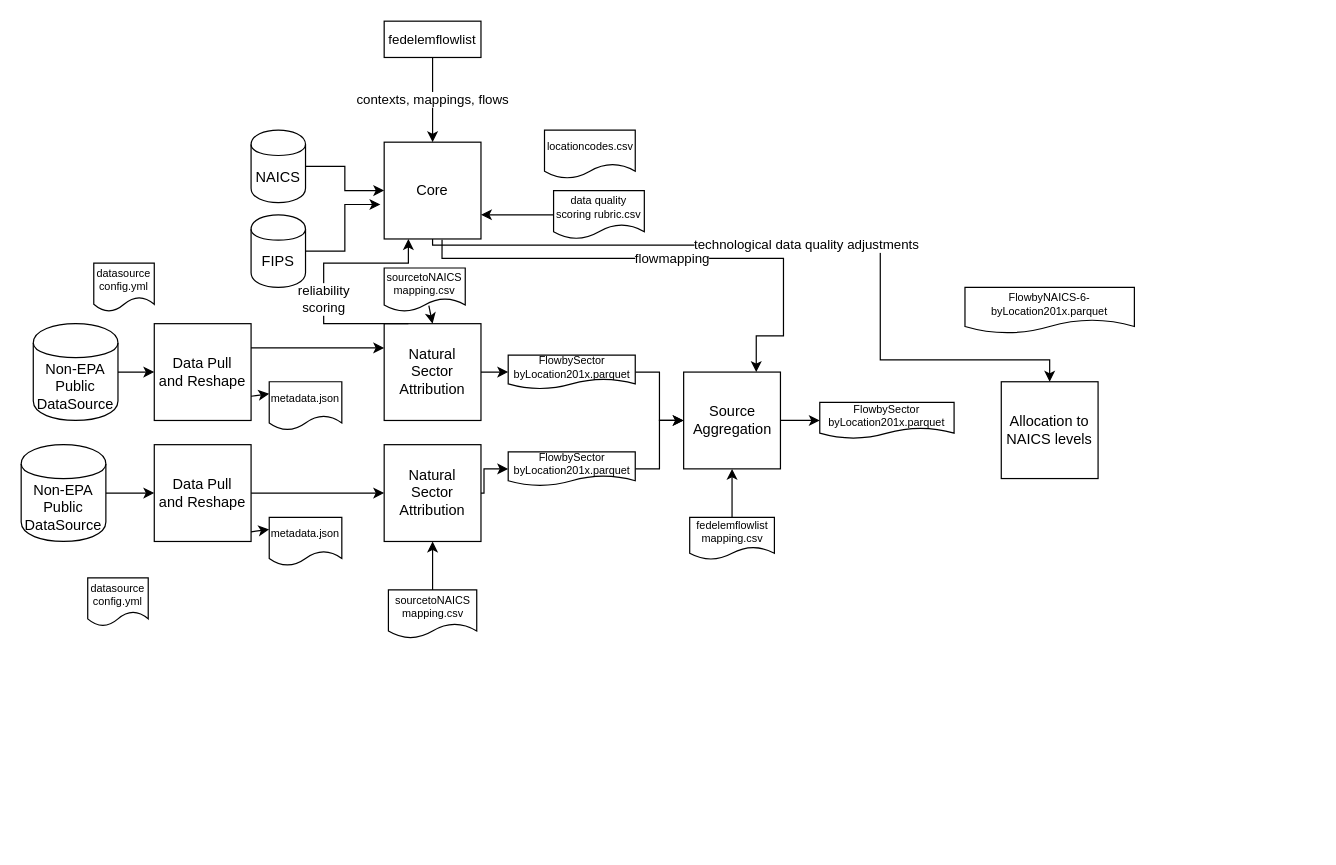
Earlier version of the draw.io diagram Untitled Diagram.drawio (WesIngwersen/FLOWSA_design). Source tidied: cells renumbered, new cells numbered last; positions are measured from the earlier drawing's top-left corner, leaving out a move shared by most shapes. Both pictures are drawn from the tidied source at 121%, with x=0, y=0 at pixel (21, 21).
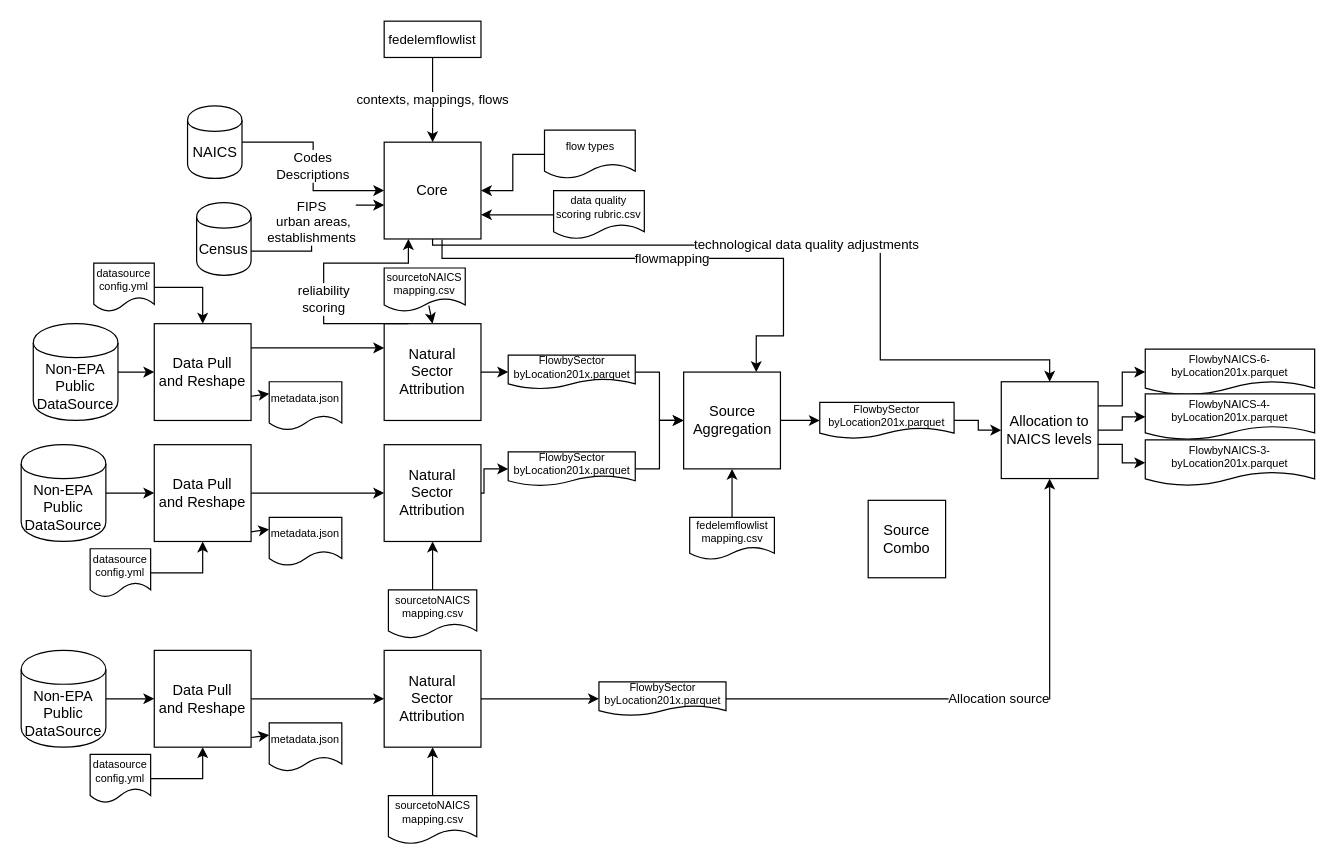
After the change.

Unchanged cells that the change refers to:
```xml
<mxCell id="4" value="Data Pull&lt;br&gt;and Reshape" style="whiteSpace=wrap;html=1;" parent="1" vertex="1">
  <mxGeometry x="110" y="250" width="80" height="80" as="geometry" />
</mxCell>
<mxCell id="11" value="datasource&lt;br&gt;config.yml" style="shape=document;whiteSpace=wrap;html=1;boundedLbl=1;fontSize=9;" parent="1" vertex="1">
  <mxGeometry x="60" y="200" width="50" height="40" as="geometry" />
</mxCell>
<mxCell id="12" value="FlowbySector&lt;br&gt;byLocation201x.parquet" style="shape=document;whiteSpace=wrap;html=1;boundedLbl=1;fontSize=9;" parent="1" vertex="1">
  <mxGeometry x="660" y="315" width="111" height="30" as="geometry" />
</mxCell>
<mxCell id="14" value="Core" style="whiteSpace=wrap;html=1;" parent="1" vertex="1">
  <mxGeometry x="300" y="100" width="80" height="80" as="geometry" />
</mxCell>
<mxCell id="25" value="Allocation to NAICS levels" style="whiteSpace=wrap;html=1;" parent="1" vertex="1">
  <mxGeometry x="810" y="298" width="80" height="80" as="geometry" />
</mxCell>
<mxCell id="30" value="Data Pull&lt;br&gt;and Reshape" style="whiteSpace=wrap;html=1;" parent="1" vertex="1">
  <mxGeometry x="110" y="350" width="80" height="80" as="geometry" />
</mxCell>
```

Change to the diagram source:
```diff
@@
+    <mxCell id="48" style="edgeStyle=orthogonalEdgeStyle;rounded=0;jettySize=auto;html=1;entryX=0.5;entryY=0;entryDx=0;entryDy=0;exitX=1;exitY=0.5;exitDx=0;exitDy=0;" parent="1" edge="1" source="11" target="4">
+      <mxGeometry relative="1" as="geometry" />
+    </mxCell>
@@
+    <mxCell id="49" style="edgeStyle=orthogonalEdgeStyle;rounded=0;jettySize=auto;html=1;" parent="1" edge="1" source="12" target="25">
+      <mxGeometry relative="1" as="geometry" />
+    </mxCell>
@@
-    <mxCell id="15" style="edgeStyle=orthogonalEdgeStyle;rounded=0;jettySize=auto;html=1;fontSize=11;" parent="1" edge="1" source="16" target="14">
+    <mxCell id="15" value="Codes&lt;br&gt;Descriptions" style="edgeStyle=orthogonalEdgeStyle;rounded=0;jettySize=auto;html=1;fontSize=11;" parent="1" edge="1" source="16" target="14">
       <mxGeometry relative="1" as="geometry" />
     </mxCell>
     <mxCell id="16" value="NAICS" style="shape=cylinder;whiteSpace=wrap;html=1;boundedLbl=1;backgroundOutline=1;" parent="1" vertex="1">
-      <mxGeometry x="190" y="90" width="45" height="60" as="geometry" />
+      <mxGeometry x="137.5" y="70" width="45" height="60" as="geometry" />
     </mxCell>
@@
+    <mxCell id="50" style="edgeStyle=orthogonalEdgeStyle;rounded=0;jettySize=auto;html=1;" parent="1" edge="1" source="20" target="14">
+      <mxGeometry relative="1" as="geometry" />
+    </mxCell>
-    <mxCell id="20" value="locationcodes.csv" style="shape=document;whiteSpace=wrap;html=1;boundedLbl=1;fontSize=9;" parent="1" vertex="1">
+    <mxCell id="20" value="flow types" style="shape=document;whiteSpace=wrap;html=1;boundedLbl=1;fontSize=9;" parent="1" vertex="1">
       <mxGeometry x="432.5" y="90" width="75" height="40" as="geometry" />
     </mxCell>
-    <mxCell id="21" style="edgeStyle=orthogonalEdgeStyle;rounded=0;jettySize=auto;html=1;fontSize=11;entryX=-0.039;entryY=0.644;entryDx=0;entryDy=0;entryPerimeter=0;" parent="1" edge="1" source="22" target="14">
-      <mxGeometry relative="1" as="geometry" />
+    <mxCell id="21" value="FIPS&lt;br&gt;&amp;nbsp;urban areas,&lt;br&gt;establishments" style="edgeStyle=orthogonalEdgeStyle;rounded=0;jettySize=auto;html=1;fontSize=11;" parent="1" edge="1" source="22">
+      <mxGeometry relative="1" as="geometry">
+        <mxPoint x="300" y="152" as="targetPoint" />
+        <Array as="points">
+          <mxPoint x="240" y="190" />
+          <mxPoint x="240" y="152" />
+        </Array>
+      </mxGeometry>
     </mxCell>
-    <mxCell id="22" value="FIPS" style="shape=cylinder;whiteSpace=wrap;html=1;boundedLbl=1;backgroundOutline=1;" parent="1" vertex="1">
-      <mxGeometry x="190" y="160" width="45" height="60" as="geometry" />
+    <mxCell id="22" value="Census" style="shape=cylinder;whiteSpace=wrap;html=1;boundedLbl=1;backgroundOutline=1;" parent="1" vertex="1">
+      <mxGeometry x="145" y="150" width="45" height="60" as="geometry" />
     </mxCell>
@@
+    <mxCell id="51" style="edgeStyle=orthogonalEdgeStyle;rounded=0;jettySize=auto;html=1;" parent="1" edge="1" source="25" target="54">
+      <mxGeometry relative="1" as="geometry" />
+    </mxCell>
@@
     <mxCell id="26" value="FlowbyNAICS-6-byLocation201x.parquet" style="shape=document;whiteSpace=wrap;html=1;boundedLbl=1;fontSize=9;" parent="1" vertex="1">
-      <mxGeometry x="780" y="220" width="140" height="38" as="geometry" />
+      <mxGeometry x="929" y="271" width="140" height="38" as="geometry" />
     </mxCell>
@@
+    <mxCell id="52" style="edgeStyle=orthogonalEdgeStyle;rounded=0;jettySize=auto;html=1;entryX=0.5;entryY=1;entryDx=0;entryDy=0;" parent="1" edge="1" source="45" target="30">
+      <mxGeometry relative="1" as="geometry" />
+    </mxCell>
     <mxCell id="45" value="datasource&lt;br&gt;config.yml" style="shape=document;whiteSpace=wrap;html=1;boundedLbl=1;fontSize=9;" parent="1" vertex="1">
-      <mxGeometry x="55" y="460" width="50" height="40" as="geometry" />
+      <mxGeometry x="57" y="436" width="50" height="40" as="geometry" />
     </mxCell>
@@
+    <mxCell id="53" value="FlowbyNAICS-3-byLocation201x.parquet" style="shape=document;whiteSpace=wrap;html=1;boundedLbl=1;fontSize=9;" parent="1" vertex="1">
+      <mxGeometry x="929" y="346" width="140" height="38" as="geometry" />
+    </mxCell>
+    <mxCell id="54" value="FlowbyNAICS-4-byLocation201x.parquet" style="shape=document;whiteSpace=wrap;html=1;boundedLbl=1;fontSize=9;" parent="1" vertex="1">
+      <mxGeometry x="929" y="308" width="140" height="38" as="geometry" />
+    </mxCell>
+    <mxCell id="55" style="edgeStyle=orthogonalEdgeStyle;rounded=0;jettySize=auto;html=1;exitX=0.997;exitY=0.647;exitDx=0;exitDy=0;exitPerimeter=0;entryX=0;entryY=0.5;entryDx=0;entryDy=0;" parent="1" edge="1" source="25" target="53">
+      <mxGeometry relative="1" as="geometry" />
+    </mxCell>
+    <mxCell id="56" style="edgeStyle=orthogonalEdgeStyle;rounded=0;jettySize=auto;html=1;exitX=1;exitY=0.25;exitDx=0;exitDy=0;entryX=0;entryY=0.5;entryDx=0;entryDy=0;" parent="1" edge="1" source="25" target="26">
+      <mxGeometry relative="1" as="geometry" />
+    </mxCell>
+    <mxCell id="57" style="edgeStyle=orthogonalEdgeStyle;rounded=0;jettySize=auto;html=1;fontSize=11;entryX=0;entryY=0.5;entryDx=0;entryDy=0;" parent="1" edge="1" source="58" target="60">
+      <mxGeometry relative="1" as="geometry" />
+    </mxCell>
+    <mxCell id="58" value="Non-EPA Public DataSource" style="shape=cylinder;whiteSpace=wrap;html=1;boundedLbl=1;backgroundOutline=1;" parent="1" vertex="1">
+      <mxGeometry y="520" width="70" height="80" as="geometry" />
+    </mxCell>
+    <mxCell id="59" style="edgeStyle=orthogonalEdgeStyle;rounded=0;jettySize=auto;html=1;fontSize=11;entryX=0;entryY=0.5;entryDx=0;entryDy=0;" parent="1" edge="1" source="60" target="61">
+      <mxGeometry relative="1" as="geometry" />
+    </mxCell>
+    <mxCell id="60" value="Data Pull&lt;br&gt;and Reshape" style="whiteSpace=wrap;html=1;" parent="1" vertex="1">
+      <mxGeometry x="110" y="520" width="80" height="80" as="geometry" />
+    </mxCell>
+    <mxCell id="61" value="Natural&lt;br&gt;Sector&lt;br&gt;Attribution" style="whiteSpace=wrap;html=1;" parent="1" vertex="1">
+      <mxGeometry x="300" y="520" width="80" height="80" as="geometry" />
+    </mxCell>
+    <mxCell id="62" style="endArrow=classic;html=1;exitX=1;exitY=0.75;exitDx=0;exitDy=0;entryX=0;entryY=0.25;entryDx=0;entryDy=0;" parent="1" edge="1" target="63">
+      <mxGeometry relative="1" as="geometry">
+        <mxPoint x="190" y="592" as="sourcePoint" />
+      </mxGeometry>
+    </mxCell>
+    <mxCell id="63" value="metadata.json" style="shape=document;whiteSpace=wrap;html=1;boundedLbl=1;fontSize=9;" parent="1" vertex="1">
+      <mxGeometry x="205" y="580" width="60" height="40" as="geometry" />
+    </mxCell>
+    <mxCell id="64" style="edgeStyle=orthogonalEdgeStyle;rounded=0;jettySize=auto;html=1;fontSize=11;startArrow=classic;startFill=1;endArrow=none;endFill=0;" parent="1" edge="1" source="66" target="61">
+      <mxGeometry relative="1" as="geometry" />
+    </mxCell>
+    <mxCell id="65" value="Allocation source" style="edgeStyle=orthogonalEdgeStyle;rounded=0;jettySize=auto;html=1;entryX=0.5;entryY=1;entryDx=0;entryDy=0;" parent="1" edge="1" source="66" target="25">
+      <mxGeometry relative="1" as="geometry" />
+    </mxCell>
+    <mxCell id="66" value="FlowbySector&lt;br&gt;byLocation201x.parquet" style="shape=document;whiteSpace=wrap;html=1;boundedLbl=1;fontSize=9;" parent="1" vertex="1">
+      <mxGeometry x="477.5" y="546" width="105" height="28" as="geometry" />
+    </mxCell>
+    <mxCell id="67" value="sourcetoNAICS&lt;br&gt;mapping.csv" style="shape=document;whiteSpace=wrap;html=1;boundedLbl=1;fontSize=9;" parent="1" vertex="1">
+      <mxGeometry x="303.5" y="640" width="73" height="40" as="geometry" />
+    </mxCell>
+    <mxCell id="68" style="endArrow=classic;html=1;fontSize=11;entryX=0.5;entryY=1;entryDx=0;entryDy=0;exitX=0.5;exitY=0;exitDx=0;exitDy=0;" parent="1" edge="1" source="67" target="61">
+      <mxGeometry relative="1" as="geometry" />
+    </mxCell>
+    <mxCell id="69" style="edgeStyle=orthogonalEdgeStyle;rounded=0;jettySize=auto;html=1;entryX=0.5;entryY=1;entryDx=0;entryDy=0;" parent="1" edge="1" source="70" target="60">
+      <mxGeometry relative="1" as="geometry" />
+    </mxCell>
+    <mxCell id="70" value="datasource&lt;br&gt;config.yml" style="shape=document;whiteSpace=wrap;html=1;boundedLbl=1;fontSize=9;" parent="1" vertex="1">
+      <mxGeometry x="57" y="606" width="50" height="40" as="geometry" />
+    </mxCell>
+    <mxCell id="71" value="Source&lt;br&gt;Combo" style="whiteSpace=wrap;html=1;" parent="1" vertex="1">
+      <mxGeometry x="700" y="396" width="64" height="64" as="geometry" />
+    </mxCell>
```
